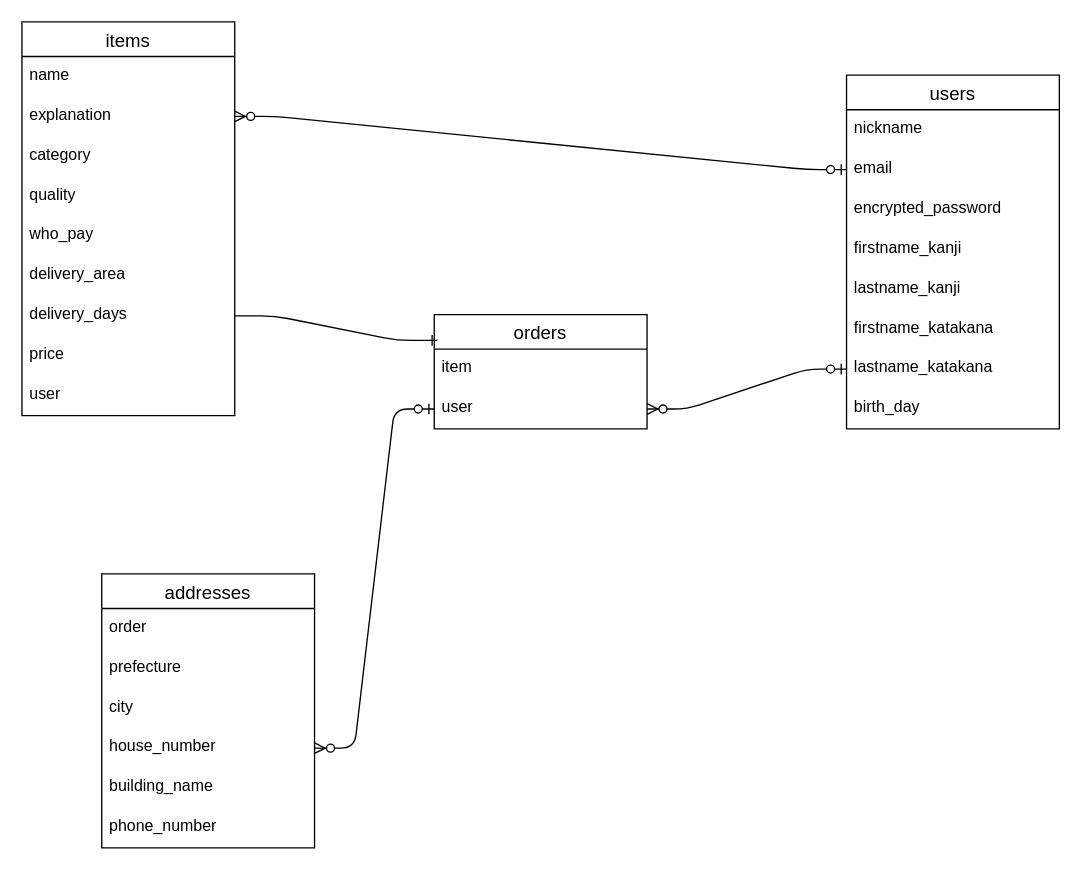
Above: erfigure.dio in yasuda23/furima-40587 (draw.io), before the change. Source tidied: cells renumbered, new cells numbered last; positions are measured from the earlier drawing's top-left corner, leaving out a move shared by most shapes. Both pictures are drawn from the tidied source at 133%, with x=0, y=0 at pixel (21, 21).
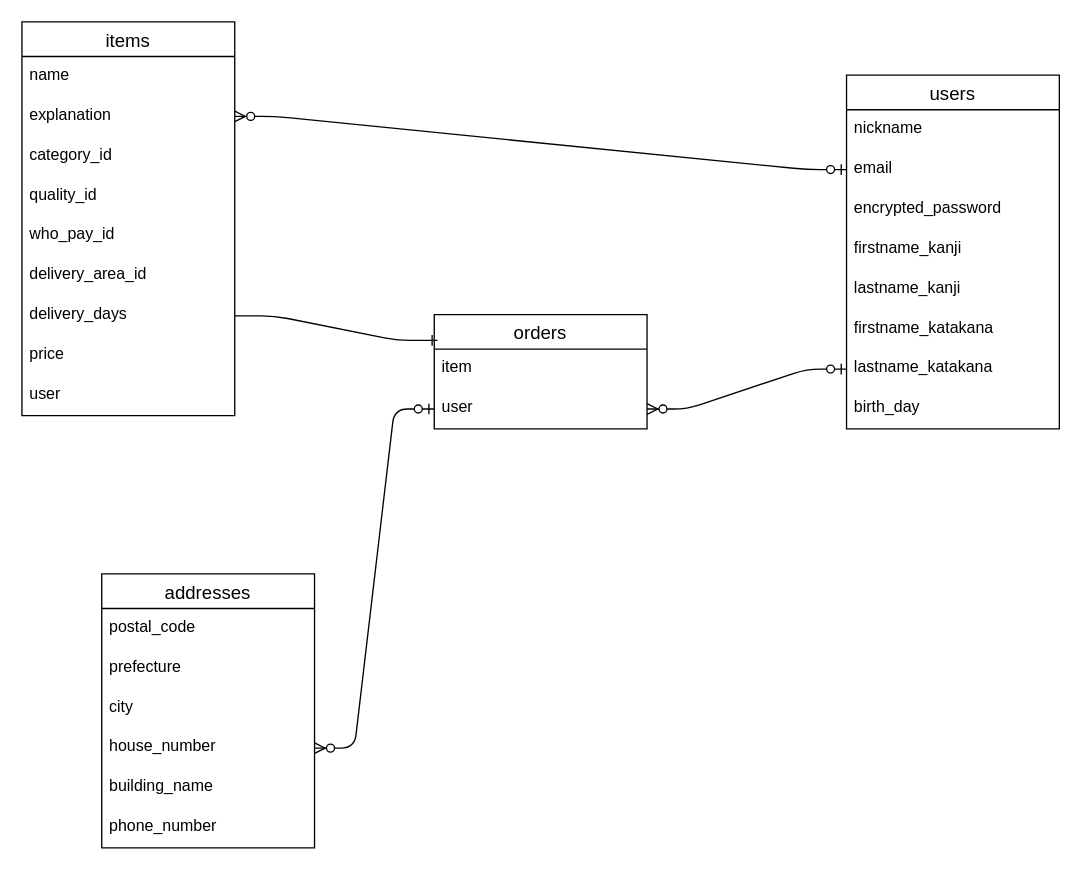
The same diagram, later.

Commit message (it also covers changes not shown here):
データベース設計　指摘事項の修正２

The change refers to these unchanged cells:
```xml
<mxCell id="11" value="items" style="swimlane;fontStyle=0;horizontal=1;startSize=26;align=center;fontSize=14;" parent="1" vertex="1">
  <mxGeometry width="160" height="296" as="geometry" />
</mxCell>
<mxCell id="22" value="addresses" style="swimlane;fontStyle=0;horizontal=1;startSize=26;align=center;fontSize=14;" parent="1" vertex="1">
  <mxGeometry x="60" y="415" width="160" height="206" as="geometry" />
</mxCell>
```

Diff of the diagram source:
```diff
@@
-    <mxCell id="14" value="category" style="text;strokeColor=none;fillColor=none;spacingLeft=4;spacingRight=4;overflow=hidden;fontSize=12;" parent="11" vertex="1">
+    <mxCell id="14" value="category_id" style="text;strokeColor=none;fillColor=none;spacingLeft=4;spacingRight=4;overflow=hidden;fontSize=12;" parent="11" vertex="1">
       <mxGeometry y="86" width="160" height="30" as="geometry" />
     </mxCell>
-    <mxCell id="15" value="quality" style="text;strokeColor=none;fillColor=none;spacingLeft=4;spacingRight=4;overflow=hidden;fontSize=12;" parent="11" vertex="1">
+    <mxCell id="15" value="quality_id" style="text;strokeColor=none;fillColor=none;spacingLeft=4;spacingRight=4;overflow=hidden;fontSize=12;" parent="11" vertex="1">
       <mxGeometry y="116" width="160" height="30" as="geometry" />
     </mxCell>
-    <mxCell id="16" value="who_pay" style="text;strokeColor=none;fillColor=none;spacingLeft=4;spacingRight=4;overflow=hidden;fontSize=12;" parent="11" vertex="1">
+    <mxCell id="16" value="who_pay_id" style="text;strokeColor=none;fillColor=none;spacingLeft=4;spacingRight=4;overflow=hidden;fontSize=12;" parent="11" vertex="1">
       <mxGeometry y="146" width="160" height="30" as="geometry" />
     </mxCell>
-    <mxCell id="17" value="delivery_area" style="text;strokeColor=none;fillColor=none;spacingLeft=4;spacingRight=4;overflow=hidden;fontSize=12;" parent="11" vertex="1">
+    <mxCell id="17" value="delivery_area_id" style="text;strokeColor=none;fillColor=none;spacingLeft=4;spacingRight=4;overflow=hidden;fontSize=12;" parent="11" vertex="1">
       <mxGeometry y="176" width="160" height="30" as="geometry" />
     </mxCell>
@@
-    <mxCell id="23" value="order" style="text;strokeColor=none;fillColor=none;spacingLeft=4;spacingRight=4;overflow=hidden;fontSize=12;" parent="22" vertex="1">
+    <mxCell id="23" value="postal_code" style="text;strokeColor=none;fillColor=none;spacingLeft=4;spacingRight=4;overflow=hidden;fontSize=12;" parent="22" vertex="1">
       <mxGeometry y="26" width="160" height="30" as="geometry" />
     </mxCell>
```
